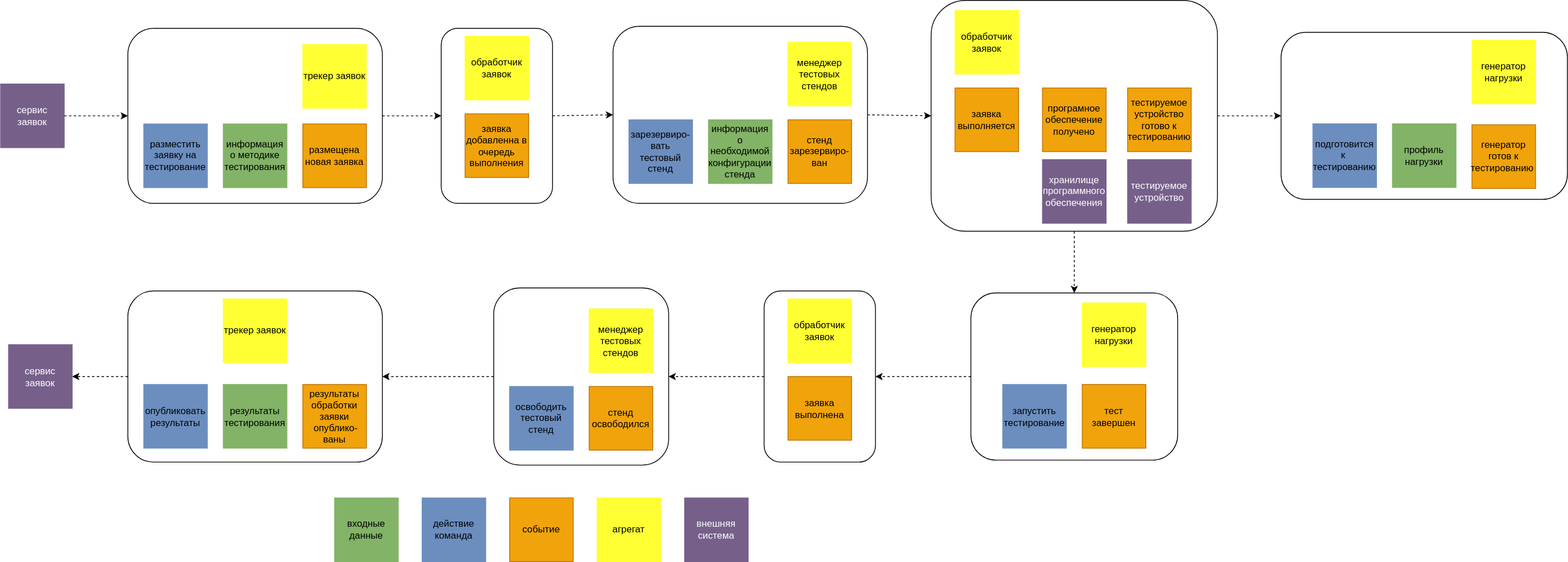
The draw.io diagram graduate_project/diagrams/uc003_event_storm.svg in ralex29/otus_software_architect_2022_09, before a commit. Source tidied: cells renumbered, new cells last; positions are measured from the earlier drawing's top-left corner, leaving out a move shared by most shapes.
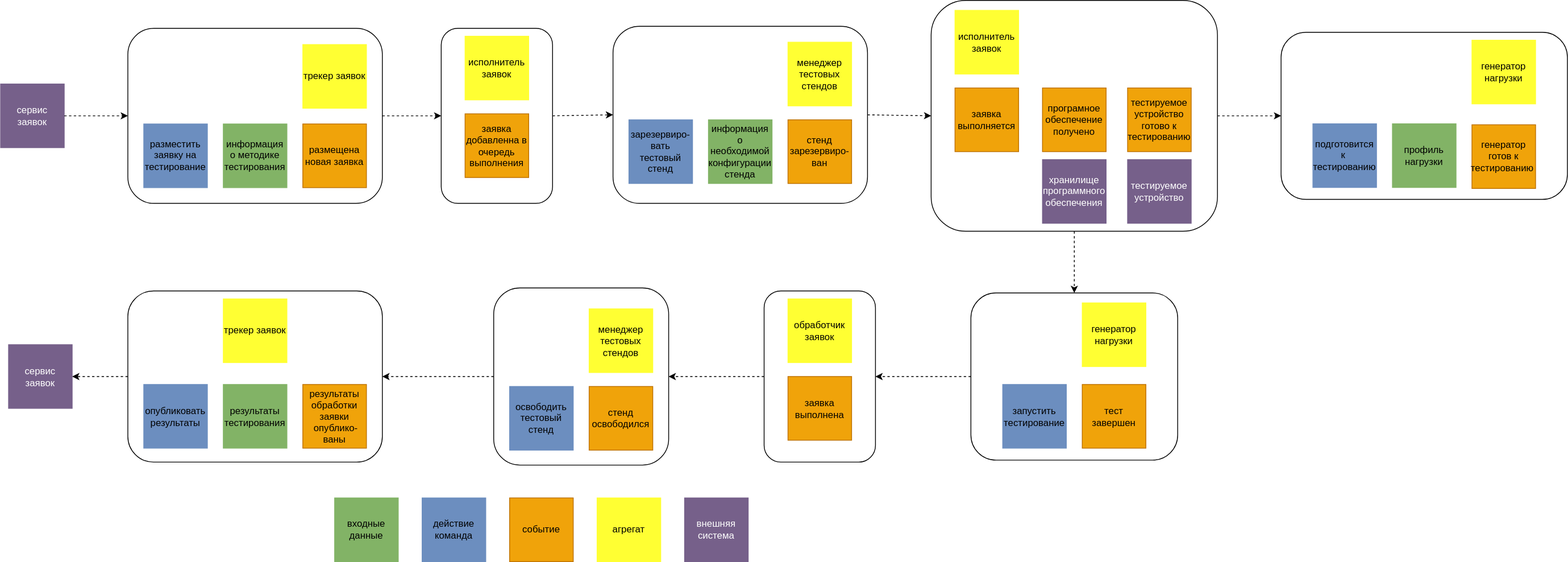
The same diagram one commit later.

What changed in the source:
```diff
@@ -113,7 +113,7 @@
     <mxCell id="38" style="rounded=1;whiteSpace=wrap;html=1;" parent="1" vertex="1">
       <mxGeometry x="554" y="35" width="140" height="220" as="geometry" />
     </mxCell>
-    <mxCell id="39" value="обработчик заявок" style="whiteSpace=wrap;html=1;fillColor=#FFFF33;strokeColor=#FFFF33;fontColor=#000000;" parent="1" vertex="1">
+    <mxCell id="39" value="исполнитель заявок" style="whiteSpace=wrap;html=1;fillColor=#FFFF33;strokeColor=#FFFF33;fontColor=#000000;" parent="1" vertex="1">
       <mxGeometry x="584" y="45" width="80" height="80" as="geometry" />
     </mxCell>
     <mxCell id="40" value="заявка добавленна в очередь выполнения" style="whiteSpace=wrap;html=1;fillColor=#f0a30a;strokeColor=#BD7000;fontColor=#000000;" parent="1" vertex="1">
@@ -125,7 +125,7 @@
     <mxCell id="42" style="rounded=1;whiteSpace=wrap;html=1;" parent="1" vertex="1">
       <mxGeometry x="1170" width="360" height="290" as="geometry" />
     </mxCell>
-    <mxCell id="43" value="обработчик заявок" style="whiteSpace=wrap;html=1;fillColor=#FFFF33;strokeColor=#FFFF33;fontColor=#000000;" parent="1" vertex="1">
+    <mxCell id="43" value="исполнитель заявок" style="whiteSpace=wrap;html=1;fillColor=#FFFF33;strokeColor=#FFFF33;fontColor=#000000;" parent="1" vertex="1">
       <mxGeometry x="1200" y="12.5" width="80" height="80" as="geometry" />
     </mxCell>
     <mxCell id="44" value="заявка выполняется" style="whiteSpace=wrap;html=1;fillColor=#f0a30a;strokeColor=#BD7000;fontColor=#000000;" parent="1" vertex="1">
```
